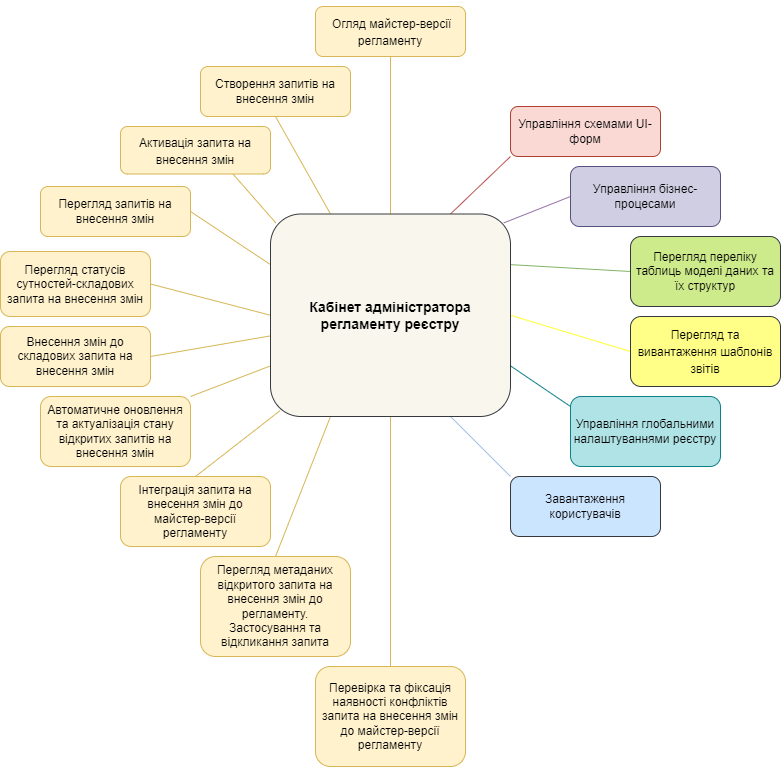
Above: docs/ua/modules/registry-develop/images/registry-admin/admin-portal/admin-portal-new-diagram.png in epam/edp-ddm-architecture (draw.io), before the change. Source tidied: cells renumbered, new cells last; positions are measured from the earlier drawing's top-left corner, leaving out a move shared by most shapes.
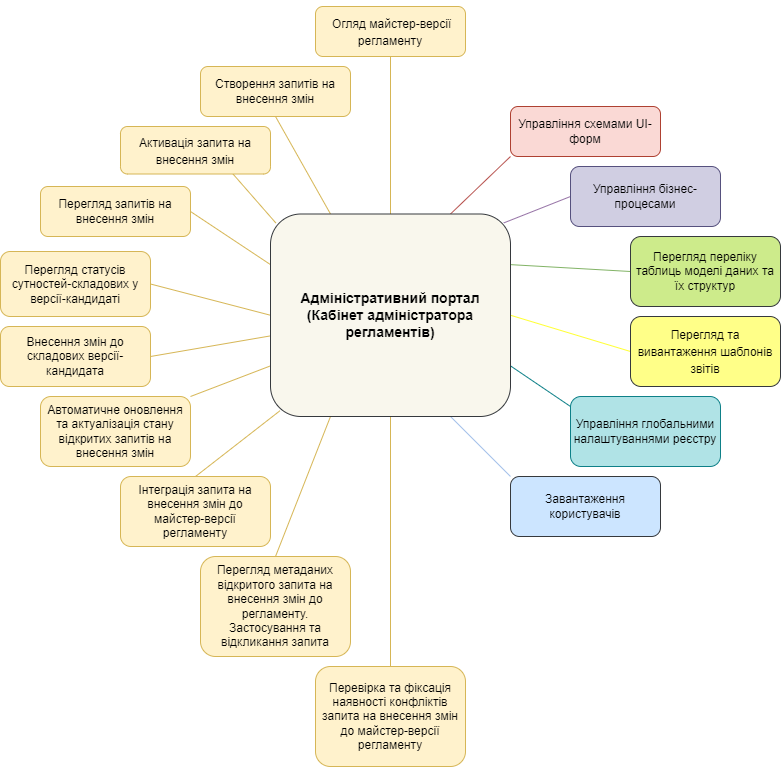
The same file after the commit.

Commit message:
[EDP-DDM-26074] Updated admin-portal-new-diagram.png

The edit, as a diff of the source:
```diff
@@ -52,7 +52,7 @@
     <mxCell id="17" style="edgeStyle=none;rounded=0;jettySize=auto;html=1;exitX=0.25;exitY=0;exitDx=0;exitDy=0;entryX=0.5;entryY=1;entryDx=0;entryDy=0;fontSize=14;endArrow=none;endFill=0;fillColor=#fff2cc;strokeColor=#d6b656;" parent="1" edge="1" source="18" target="23">
       <mxGeometry relative="1" as="geometry" />
     </mxCell>
-    <mxCell id="18" value="&lt;font style=&quot;font-size: 14px&quot;&gt;&lt;b&gt;Кабінет адміністратора регламенту реєстру&lt;/b&gt;&lt;/font&gt;" style="rounded=1;whiteSpace=wrap;html=1;fillColor=#f9f7ed;strokeColor=#36393d;" parent="1" vertex="1">
+    <mxCell id="18" value="&lt;font style=&quot;font-size: 14px&quot;&gt;&lt;b&gt;Адміністративний портал (Кабінет адміністратора регламентів)&lt;/b&gt;&lt;/font&gt;" style="rounded=1;whiteSpace=wrap;html=1;fillColor=#f9f7ed;strokeColor=#36393d;" parent="1" vertex="1">
       <mxGeometry x="270" y="207.5" width="240" height="202.5" as="geometry" />
     </mxCell>
     <mxCell id="19" value="Перегляд запитів на внесення змін" style="rounded=1;whiteSpace=wrap;html=1;fillColor=#fff2cc;strokeColor=#d6b656;" parent="1" vertex="1">
@@ -64,7 +64,7 @@
     <mxCell id="21" value="&lt;h3&gt;&lt;a name=&quot;_Toc115708263&quot; style=&quot;font-size: 12px&quot;&gt;&lt;span lang=&quot;UK&quot;&gt;&lt;span style=&quot;font-weight: normal&quot;&gt;&amp;nbsp;Огляд майстер-версії регламенту&lt;br&gt;&lt;/span&gt;&lt;/span&gt;&lt;/a&gt;&lt;/h3&gt;" style="rounded=1;whiteSpace=wrap;html=1;fillColor=#fff2cc;strokeColor=#d6b656;" parent="1" vertex="1">
       <mxGeometry x="315" width="150" height="50" as="geometry" />
     </mxCell>
-    <mxCell id="22" value="Перегляд статусів сутностей-складових запита на внесення змін&lt;br&gt;&lt;span style=&quot;font-size: 12.0pt ; line-height: 107% ; font-family: &amp;#34;calibri&amp;#34; , sans-serif&quot; lang=&quot;UK&quot;&gt;&lt;/span&gt;" style="rounded=1;whiteSpace=wrap;html=1;fillColor=#fff2cc;strokeColor=#d6b656;" parent="1" vertex="1">
+    <mxCell id="22" value="Перегляд статусів сутностей-складових у версії-кандидаті&lt;br&gt;&lt;span style=&quot;font-size: 12.0pt ; line-height: 107% ; font-family: &amp;quot;calibri&amp;quot; , sans-serif&quot; lang=&quot;UK&quot;&gt;&lt;/span&gt;" style="rounded=1;whiteSpace=wrap;html=1;fillColor=#fff2cc;strokeColor=#d6b656;" parent="1" vertex="1">
       <mxGeometry y="245" width="150" height="65" as="geometry" />
     </mxCell>
     <mxCell id="23" value="&lt;span lang=&quot;UK&quot;&gt;Створення запитів на внесення змін &lt;/span&gt;" style="whiteSpace=wrap;html=1;fillColor=#fff2cc;strokeColor=#d6b656;rounded=1;" parent="1" vertex="1">
@@ -73,7 +73,7 @@
     <mxCell id="24" value="&lt;h3&gt;&lt;a name=&quot;_Toc115708266&quot; style=&quot;font-size: 12px&quot;&gt;&lt;span lang=&quot;UK&quot;&gt;&lt;span style=&quot;font-weight: normal&quot;&gt;Активація запита на внесення змін&lt;/span&gt;&lt;br&gt;&lt;/span&gt;&lt;/a&gt;&lt;/h3&gt;" style="whiteSpace=wrap;html=1;fillColor=#fff2cc;strokeColor=#d6b656;rounded=1;" parent="1" vertex="1">
       <mxGeometry x="120" y="120" width="150" height="47.5" as="geometry" />
     </mxCell>
-    <mxCell id="25" value="&lt;span lang=&quot;UK&quot;&gt;Внесення змін до складових запита на внесення змін &lt;/span&gt;" style="whiteSpace=wrap;html=1;fillColor=#fff2cc;strokeColor=#d6b656;rounded=1;" parent="1" vertex="1">
+    <mxCell id="25" value="&lt;span lang=&quot;UK&quot;&gt;Внесення змін до складових версії-кандидата&lt;/span&gt;" style="whiteSpace=wrap;html=1;fillColor=#fff2cc;strokeColor=#d6b656;rounded=1;" parent="1" vertex="1">
       <mxGeometry y="320" width="150" height="60" as="geometry" />
     </mxCell>
     <mxCell id="26" value="&lt;span lang=&quot;UK&quot;&gt;Автоматичне оновлення та актуалізація стану відкритих запитів на внесення змін&lt;br&gt;&lt;/span&gt;" style="whiteSpace=wrap;html=1;fillColor=#fff2cc;strokeColor=#d6b656;rounded=1;" parent="1" vertex="1">
```
